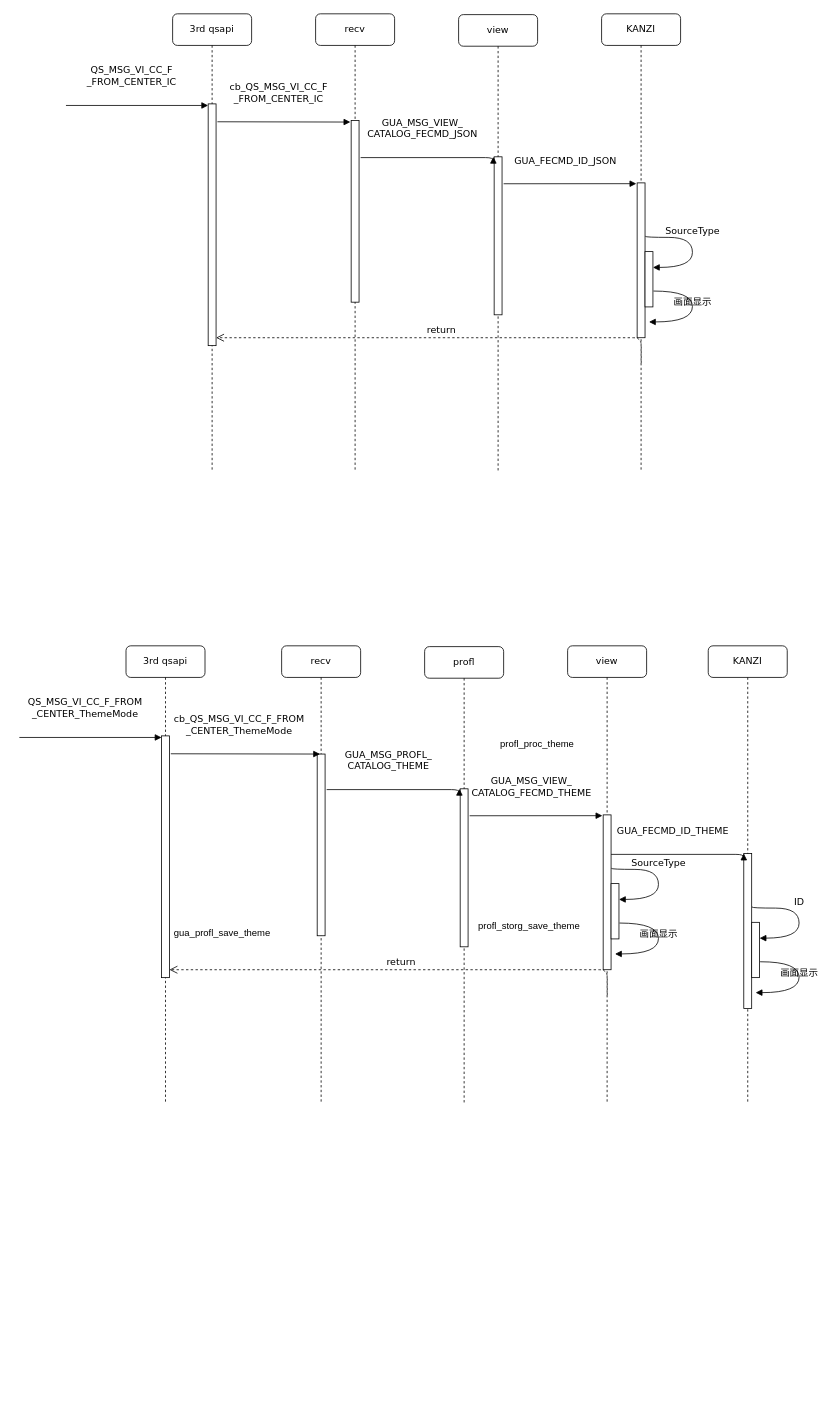
deminsight/bellwell60 keeps this draw.io diagram as Json流程图.drawio. Above is the earlier version. Source tidied: cells renumbered, new cells numbered last; positions are measured from the earlier drawing's top-left corner, leaving out a move shared by most shapes. Both pictures are drawn from the tidied source at 79%, with x=0, y=0 at pixel (19, 13).
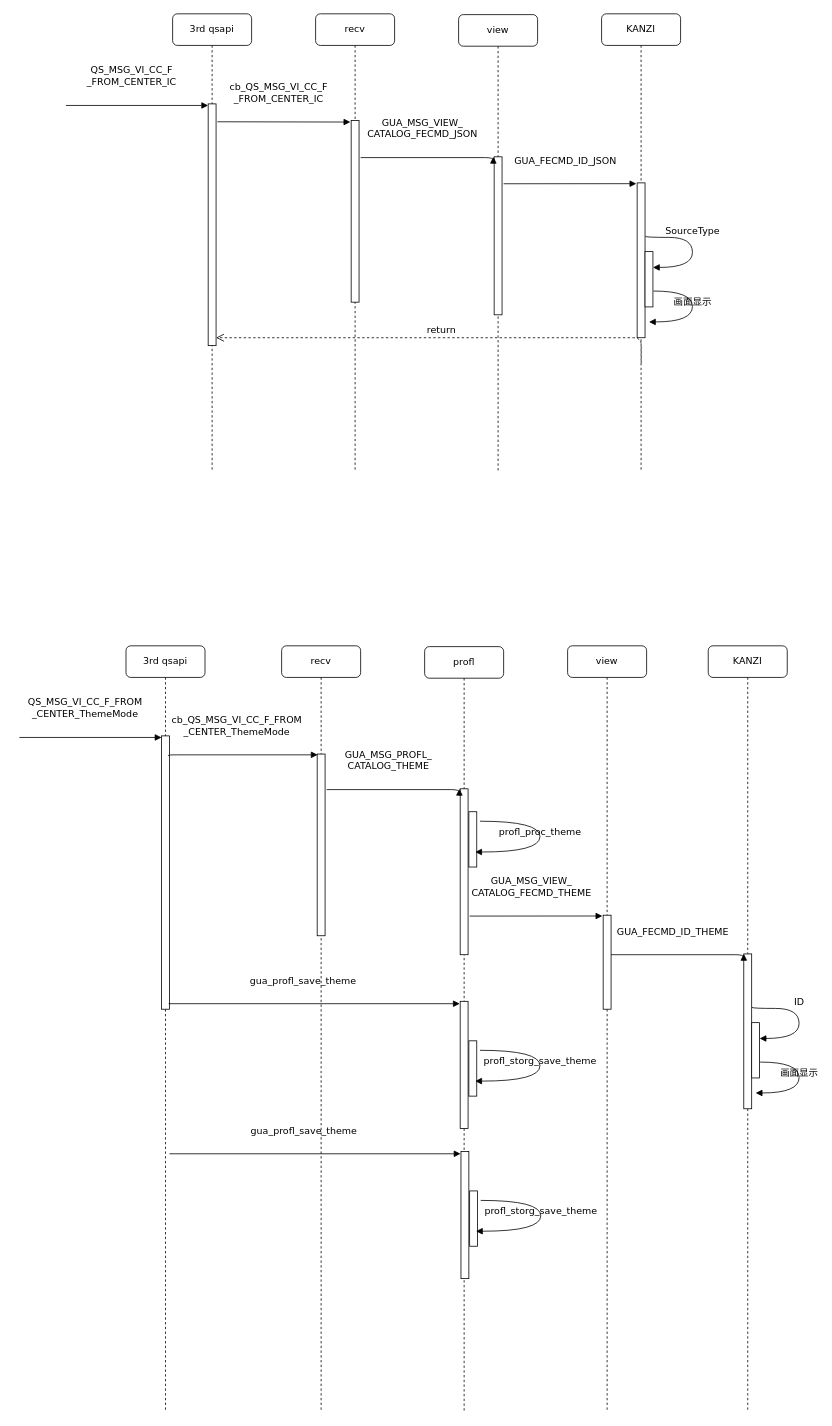
The same diagram, later.

Commit message (it also covers changes not shown here):
更新Json流程图.drawio

Unchanged cells that the change refers to:
```xml
<mxCell id="19" style="html=1;points=[];perimeter=orthogonalPerimeter;rounded=0;shadow=0;comic=0;labelBackgroundColor=none;strokeWidth=1;fontFamily=Verdana;fontSize=12;align=center;" parent="18" vertex="1">
  <mxGeometry x="45" y="137" width="10" height="230" as="geometry" />
</mxCell>
```

Diff of the diagram source:
```diff
@@
     <mxCell id="18" value="recv" style="shape=umlLifeline;perimeter=lifelinePerimeter;whiteSpace=wrap;html=1;rounded=1;shadow=0;comic=0;labelBackgroundColor=none;strokeWidth=1;fontFamily=Verdana;fontSize=12;align=center;" parent="1" vertex="1">
-      <mxGeometry x="332" y="800" width="100" height="580" as="geometry" />
+      <mxGeometry x="332" y="800" width="100" height="970" as="geometry" />
     </mxCell>
@@
     <mxCell id="20" value="profl" style="shape=umlLifeline;perimeter=lifelinePerimeter;whiteSpace=wrap;html=1;rounded=1;shadow=0;comic=0;labelBackgroundColor=none;strokeWidth=1;fontFamily=Verdana;fontSize=12;align=center;" parent="1" vertex="1">
-      <mxGeometry x="513" y="801" width="100" height="580" as="geometry" />
+      <mxGeometry x="513" y="801" width="100" height="969" as="geometry" />
     </mxCell>
     <mxCell id="21" style="html=1;perimeter=orthogonalPerimeter;rounded=0;shadow=0;comic=0;labelBackgroundColor=none;strokeWidth=1;fontFamily=Verdana;fontSize=12;align=center;" parent="20" vertex="1">
-      <mxGeometry x="45" y="180" width="10" height="200" as="geometry" />
+      <mxGeometry x="45" y="180" width="10" height="210" as="geometry" />
     </mxCell>
+    <mxCell id="43" style="html=1;perimeter=orthogonalPerimeter;rounded=0;shadow=0;comic=0;labelBackgroundColor=none;strokeWidth=1;fontFamily=Verdana;fontSize=12;align=center;" parent="20" vertex="1">
+      <mxGeometry x="56" y="209" width="10" height="70" as="geometry" />
+    </mxCell>
+    <mxCell id="44" style="html=1;perimeter=orthogonalPerimeter;rounded=0;shadow=0;comic=0;labelBackgroundColor=none;strokeWidth=1;fontFamily=Verdana;fontSize=12;align=center;" parent="20" vertex="1">
+      <mxGeometry x="45" y="449" width="10" height="161" as="geometry" />
+    </mxCell>
+    <mxCell id="45" style="html=1;perimeter=orthogonalPerimeter;rounded=0;shadow=0;comic=0;labelBackgroundColor=none;strokeWidth=1;fontFamily=Verdana;fontSize=12;align=center;" parent="20" vertex="1">
+      <mxGeometry x="56" y="499" width="10" height="70" as="geometry" />
+    </mxCell>
+    <mxCell id="46" value="profl_storg_save_theme" style="html=1;verticalAlign=bottom;endArrow=block;labelBackgroundColor=none;fontFamily=Verdana;fontSize=12;elbow=vertical;edgeStyle=orthogonalEdgeStyle;curved=1;exitX=1.066;exitY=0.713;exitPerimeter=0;" parent="20" edge="1">
+      <mxGeometry relative="1" as="geometry">
+        <mxPoint x="70" y="511" as="sourcePoint" />
+        <mxPoint x="64" y="550" as="targetPoint" />
+        <Array as="points">
+          <mxPoint x="146" y="511" />
+          <mxPoint x="146" y="550" />
+        </Array>
+      </mxGeometry>
+    </mxCell>
     <mxCell id="22" value="view" style="shape=umlLifeline;perimeter=lifelinePerimeter;whiteSpace=wrap;html=1;outlineConnect=0;rounded=1;shadow=0;comic=0;labelBackgroundColor=none;strokeWidth=1;fontFamily=Verdana;fontSize=12;align=center;" parent="1" vertex="1">
-      <mxGeometry x="694" y="800" width="100" height="580" as="geometry" />
+      <mxGeometry x="694" y="800" width="100" height="970" as="geometry" />
     </mxCell>
     <mxCell id="23" value="3rd qsapi" style="shape=umlLifeline;perimeter=lifelinePerimeter;whiteSpace=wrap;html=1;rounded=1;shadow=0;comic=0;labelBackgroundColor=none;strokeWidth=1;fontFamily=Verdana;fontSize=12;align=center;" parent="1" vertex="1">
-      <mxGeometry x="135" y="800" width="100" height="580" as="geometry" />
+      <mxGeometry x="135" y="800" width="100" height="970" as="geometry" />
     </mxCell>
     <mxCell id="24" style="html=1;points=[];perimeter=orthogonalPerimeter;rounded=0;shadow=0;comic=0;labelBackgroundColor=none;strokeWidth=1;fontFamily=Verdana;fontSize=12;align=center;" parent="23" vertex="1">
-      <mxGeometry x="45" y="114" width="10" height="306" as="geometry" />
+      <mxGeometry x="45" y="114" width="10" height="346" as="geometry" />
     </mxCell>
@@
     <mxCell id="26" style="html=1;points=[];perimeter=orthogonalPerimeter;rounded=0;shadow=0;comic=0;labelBackgroundColor=none;strokeWidth=1;fontFamily=Verdana;fontSize=12;align=center;" parent="1" vertex="1">
-      <mxGeometry x="739" y="1014" width="10" height="196" as="geometry" />
+      <mxGeometry x="739" y="1141" width="10" height="119" as="geometry" />
     </mxCell>
-    <mxCell id="27" value="return" style="html=1;verticalAlign=bottom;endArrow=open;dashed=1;endSize=8;labelBackgroundColor=none;fontFamily=Verdana;fontSize=12;edgeStyle=elbowEdgeStyle;elbow=vertical;exitX=0.502;exitY=0.762;exitDx=0;exitDy=0;exitPerimeter=0;" parent="1" edge="1" source="22" target="24">
-      <mxGeometry relative="1" as="geometry">
-        <Array as="points">
-          <mxPoint x="720" y="1210" />
-        </Array>
-      </mxGeometry>
-    </mxCell>
-    <mxCell id="28" style="html=1;points=[];perimeter=orthogonalPerimeter;rounded=0;shadow=0;comic=0;labelBackgroundColor=none;strokeWidth=1;fontFamily=Verdana;fontSize=12;align=center;" parent="1" vertex="1">
-      <mxGeometry x="749" y="1101" width="10" height="70" as="geometry" />
-    </mxCell>
-    <mxCell id="29" value="&lt;p class=&quot;MsoNormal&quot;&gt;SourceType&lt;/p&gt;" style="html=1;verticalAlign=bottom;endArrow=block;labelBackgroundColor=none;fontFamily=Verdana;fontSize=12;elbow=vertical;edgeStyle=orthogonalEdgeStyle;curved=1;entryX=1;entryY=0.286;entryPerimeter=0;exitX=1.038;exitY=0.345;exitPerimeter=0;" parent="1" edge="1" source="26" target="28">
-      <mxGeometry relative="1" as="geometry">
-        <Array as="points">
-          <mxPoint x="809" y="1083" />
-          <mxPoint x="809" y="1121" />
-        </Array>
-      </mxGeometry>
-    </mxCell>
-    <mxCell id="30" value="画面显示" style="html=1;verticalAlign=bottom;endArrow=block;labelBackgroundColor=none;fontFamily=Verdana;fontSize=12;elbow=vertical;edgeStyle=orthogonalEdgeStyle;curved=1;exitX=1.066;exitY=0.713;exitPerimeter=0;" parent="1" edge="1" source="28">
-      <mxGeometry relative="1" as="geometry">
-        <mxPoint x="754" y="1190" as="targetPoint" />
-        <Array as="points">
-          <mxPoint x="809" y="1151" />
-          <mxPoint x="809" y="1190" />
-        </Array>
-      </mxGeometry>
-    </mxCell>
-    <mxCell id="31" value="cb_QS_MSG_VI_CC_F_FROM&lt;br&gt;_CENTER_ThemeMode" style="html=1;verticalAlign=bottom;endArrow=block;labelBackgroundColor=none;fontFamily=Verdana;fontSize=12;edgeStyle=elbowEdgeStyle;elbow=vertical;exitX=1.171;exitY=0.074;exitDx=0;exitDy=0;exitPerimeter=0;entryX=0.359;entryY=0.001;entryDx=0;entryDy=0;entryPerimeter=0;" parent="1" edge="1" source="24" target="19">
-      <mxGeometry x="-0.08" y="20" relative="1" as="geometry" />
+    <mxCell id="31" value="cb_QS_MSG_VI_CC_F_FROM&lt;br&gt;_CENTER_ThemeMode" style="html=1;verticalAlign=bottom;endArrow=block;labelBackgroundColor=none;fontFamily=Verdana;fontSize=12;edgeStyle=elbowEdgeStyle;elbow=vertical;exitX=1.171;exitY=0.074;exitDx=0;exitDy=0;exitPerimeter=0;entryX=0.359;entryY=0.001;entryDx=0;entryDy=0;entryPerimeter=0;" parent="1" edge="1">
+      <mxGeometry x="-0.08" y="20" relative="1" as="geometry">
+        <mxPoint x="188.7" y="939.6" as="sourcePoint" />
+        <mxPoint x="377.6" y="937.2" as="targetPoint" />
+      </mxGeometry>
     </mxCell>
@@
     <mxCell id="33" value="GUA_MSG_VIEW_&lt;br&gt;CATALOG_FECMD_THEME" style="html=1;verticalAlign=bottom;endArrow=block;labelBackgroundColor=none;fontFamily=Verdana;fontSize=12;edgeStyle=elbowEdgeStyle;elbow=vertical;exitX=1.171;exitY=0.074;exitDx=0;exitDy=0;exitPerimeter=0;" parent="1" edge="1">
       <mxGeometry x="-0.08" y="20" relative="1" as="geometry">
-        <mxPoint x="570" y="1015.1" as="sourcePoint" />
-        <mxPoint x="738" y="1014.1" as="targetPoint" />
+        <mxPoint x="570" y="1142.1" as="sourcePoint" />
+        <mxPoint x="738" y="1141.1" as="targetPoint" />
       </mxGeometry>
     </mxCell>
     <mxCell id="34" value="KANZI" style="shape=umlLifeline;perimeter=lifelinePerimeter;whiteSpace=wrap;html=1;rounded=1;shadow=0;comic=0;labelBackgroundColor=none;strokeWidth=1;fontFamily=Verdana;fontSize=12;align=center;" parent="1" vertex="1">
-      <mxGeometry x="872" y="800" width="100" height="580" as="geometry" />
+      <mxGeometry x="872" y="800" width="100" height="970" as="geometry" />
     </mxCell>
     <mxCell id="35" style="html=1;points=[];perimeter=orthogonalPerimeter;rounded=0;shadow=0;comic=0;labelBackgroundColor=none;strokeWidth=1;fontFamily=Verdana;fontSize=12;align=center;" parent="1" vertex="1">
-      <mxGeometry x="917" y="1063" width="10" height="196" as="geometry" />
+      <mxGeometry x="917" y="1190" width="10" height="196" as="geometry" />
     </mxCell>
     <mxCell id="36" style="html=1;points=[];perimeter=orthogonalPerimeter;rounded=0;shadow=0;comic=0;labelBackgroundColor=none;strokeWidth=1;fontFamily=Verdana;fontSize=12;align=center;" parent="1" vertex="1">
-      <mxGeometry x="927" y="1150" width="10" height="70" as="geometry" />
+      <mxGeometry x="927" y="1277" width="10" height="70" as="geometry" />
     </mxCell>
     <mxCell id="37" value="&lt;p class=&quot;MsoNormal&quot;&gt;ID&lt;/p&gt;" style="html=1;verticalAlign=bottom;endArrow=block;labelBackgroundColor=none;fontFamily=Verdana;fontSize=12;elbow=vertical;edgeStyle=orthogonalEdgeStyle;curved=1;entryX=1;entryY=0.286;entryPerimeter=0;exitX=1.038;exitY=0.345;exitPerimeter=0;" parent="1" edge="1" source="35" target="36">
       <mxGeometry relative="1" as="geometry">
         <Array as="points">
-          <mxPoint x="987" y="1132" />
-          <mxPoint x="987" y="1170" />
+          <mxPoint x="987" y="1259" />
+          <mxPoint x="987" y="1297" />
         </Array>
       </mxGeometry>
     </mxCell>
     <mxCell id="38" value="画面显示" style="html=1;verticalAlign=bottom;endArrow=block;labelBackgroundColor=none;fontFamily=Verdana;fontSize=12;elbow=vertical;edgeStyle=orthogonalEdgeStyle;curved=1;exitX=1.066;exitY=0.713;exitPerimeter=0;" parent="1" edge="1" source="36">
       <mxGeometry relative="1" as="geometry">
-        <mxPoint x="932" y="1239" as="targetPoint" />
+        <mxPoint x="932" y="1366" as="targetPoint" />
         <Array as="points">
-          <mxPoint x="987" y="1200" />
-          <mxPoint x="987" y="1239" />
+          <mxPoint x="987" y="1327" />
+          <mxPoint x="987" y="1366" />
         </Array>
       </mxGeometry>
     </mxCell>
     <mxCell id="39" value="GUA_FECMD_ID_THEME" style="html=1;verticalAlign=bottom;endArrow=block;labelBackgroundColor=none;fontFamily=Verdana;fontSize=12;edgeStyle=elbowEdgeStyle;elbow=vertical;exitX=1.171;exitY=0.074;exitDx=0;exitDy=0;exitPerimeter=0;" parent="1" edge="1">
       <mxGeometry x="-0.08" y="20" relative="1" as="geometry">
-        <mxPoint x="749" y="1064" as="sourcePoint" />
-        <mxPoint x="917" y="1063" as="targetPoint" />
+        <mxPoint x="749" y="1191" as="sourcePoint" />
+        <mxPoint x="917" y="1190" as="targetPoint" />
       </mxGeometry>
     </mxCell>
-    <mxCell id="40" value="profl_proc_theme" style="text;whiteSpace=wrap;" parent="1" vertex="1">
-      <mxGeometry x="607" y="910" width="130" height="40" as="geometry" />
+    <mxCell id="40" value="profl_proc_theme" style="html=1;verticalAlign=bottom;endArrow=block;labelBackgroundColor=none;fontFamily=Verdana;fontSize=12;elbow=vertical;edgeStyle=orthogonalEdgeStyle;curved=1;exitX=1.066;exitY=0.713;exitPerimeter=0;" parent="1" edge="1">
+      <mxGeometry relative="1" as="geometry">
+        <mxPoint x="583" y="1022" as="sourcePoint" />
+        <mxPoint x="577" y="1061" as="targetPoint" />
+        <Array as="points">
+          <mxPoint x="659" y="1022" />
+          <mxPoint x="659" y="1061" />
+        </Array>
+      </mxGeometry>
     </mxCell>
-    <mxCell id="41" value="gua_profl_save_theme" style="text;whiteSpace=wrap;" parent="1" vertex="1">
-      <mxGeometry x="194" y="1150" width="160" height="40" as="geometry" />
-    </mxCell>
-    <mxCell id="42" value="profl_storg_save_theme" style="text;whiteSpace=wrap;" parent="1" vertex="1">
-      <mxGeometry x="579" y="1141" width="160" height="40" as="geometry" />
-    </mxCell>
+    <mxCell id="47" value="gua_profl_save_theme" style="html=1;verticalAlign=bottom;endArrow=block;labelBackgroundColor=none;fontFamily=Verdana;fontSize=12;edgeStyle=elbowEdgeStyle;elbow=vertical;exitX=1.171;exitY=0.074;exitDx=0;exitDy=0;exitPerimeter=0;" parent="1" edge="1">
+      <mxGeometry x="-0.08" y="20" relative="1" as="geometry">
+        <mxPoint x="189" y="1253" as="sourcePoint" />
+        <mxPoint x="557.5" y="1253.3" as="targetPoint" />
+      </mxGeometry>
+    </mxCell>
+    <mxCell id="48" style="html=1;perimeter=orthogonalPerimeter;rounded=0;shadow=0;comic=0;labelBackgroundColor=none;strokeWidth=1;fontFamily=Verdana;fontSize=12;align=center;" parent="1" vertex="1">
+      <mxGeometry x="559" y="1440" width="10" height="161" as="geometry" />
+    </mxCell>
+    <mxCell id="49" style="html=1;perimeter=orthogonalPerimeter;rounded=0;shadow=0;comic=0;labelBackgroundColor=none;strokeWidth=1;fontFamily=Verdana;fontSize=12;align=center;" parent="1" vertex="1">
+      <mxGeometry x="570" y="1490" width="10" height="70" as="geometry" />
+    </mxCell>
+    <mxCell id="50" value="profl_storg_save_theme" style="html=1;verticalAlign=bottom;endArrow=block;labelBackgroundColor=none;fontFamily=Verdana;fontSize=12;elbow=vertical;edgeStyle=orthogonalEdgeStyle;curved=1;exitX=1.066;exitY=0.713;exitPerimeter=0;" parent="1" edge="1">
+      <mxGeometry relative="1" as="geometry">
+        <mxPoint x="584" y="1502" as="sourcePoint" />
+        <mxPoint x="578" y="1541" as="targetPoint" />
+        <Array as="points">
+          <mxPoint x="660" y="1502" />
+          <mxPoint x="660" y="1541" />
+        </Array>
+      </mxGeometry>
+    </mxCell>
+    <mxCell id="51" value="gua_profl_save_theme" style="html=1;verticalAlign=bottom;endArrow=block;labelBackgroundColor=none;fontFamily=Verdana;fontSize=12;edgeStyle=elbowEdgeStyle;elbow=vertical;exitX=1.171;exitY=0.074;exitDx=0;exitDy=0;exitPerimeter=0;" parent="1" edge="1">
+      <mxGeometry x="-0.08" y="20" relative="1" as="geometry">
+        <mxPoint x="190" y="1443" as="sourcePoint" />
+        <mxPoint x="558.5" y="1443.3" as="targetPoint" />
+      </mxGeometry>
+    </mxCell>
```
